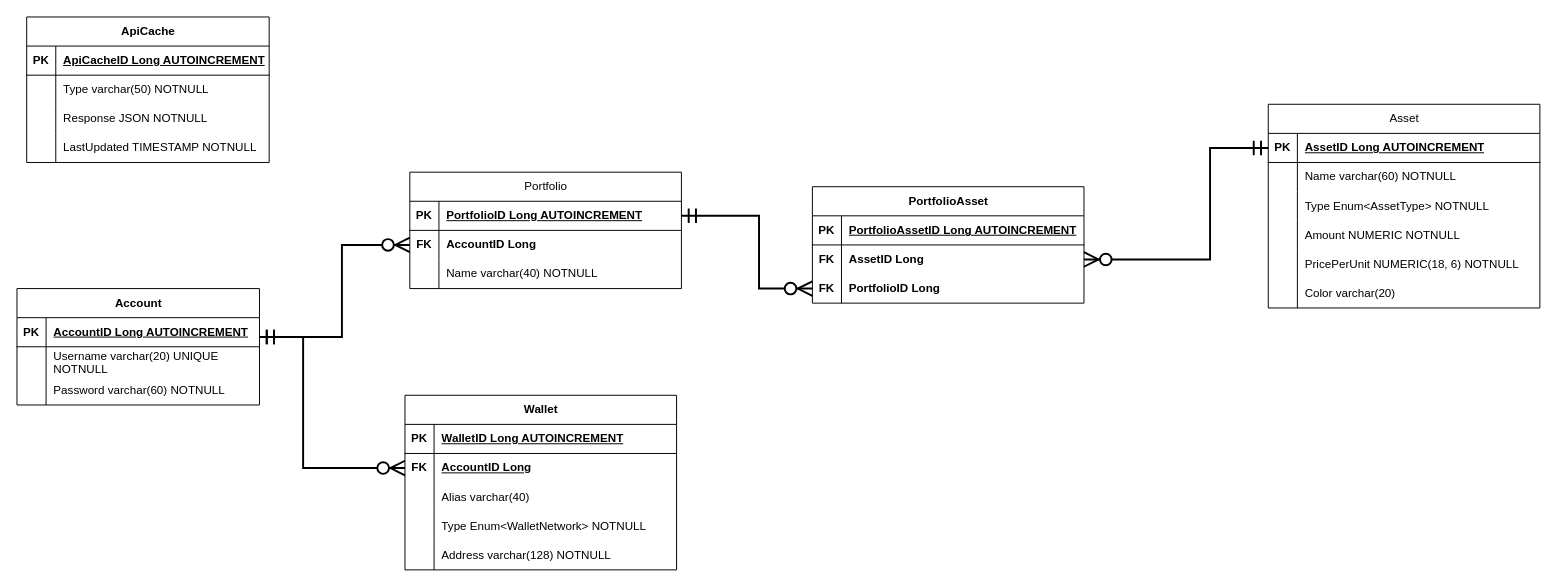
Before: page "ERD" (2 of 4) of documentation/diagrams/Panoptium.drawio in Rozhkov109/panoptium, a draw.io diagram. Source tidied: cells renumbered, new cells numbered last; positions are measured from the earlier drawing's top-left corner, leaving out a move shared by most shapes. Both pictures are drawn from the tidied source at 97%, with x=0, y=0 at pixel (16, 16).
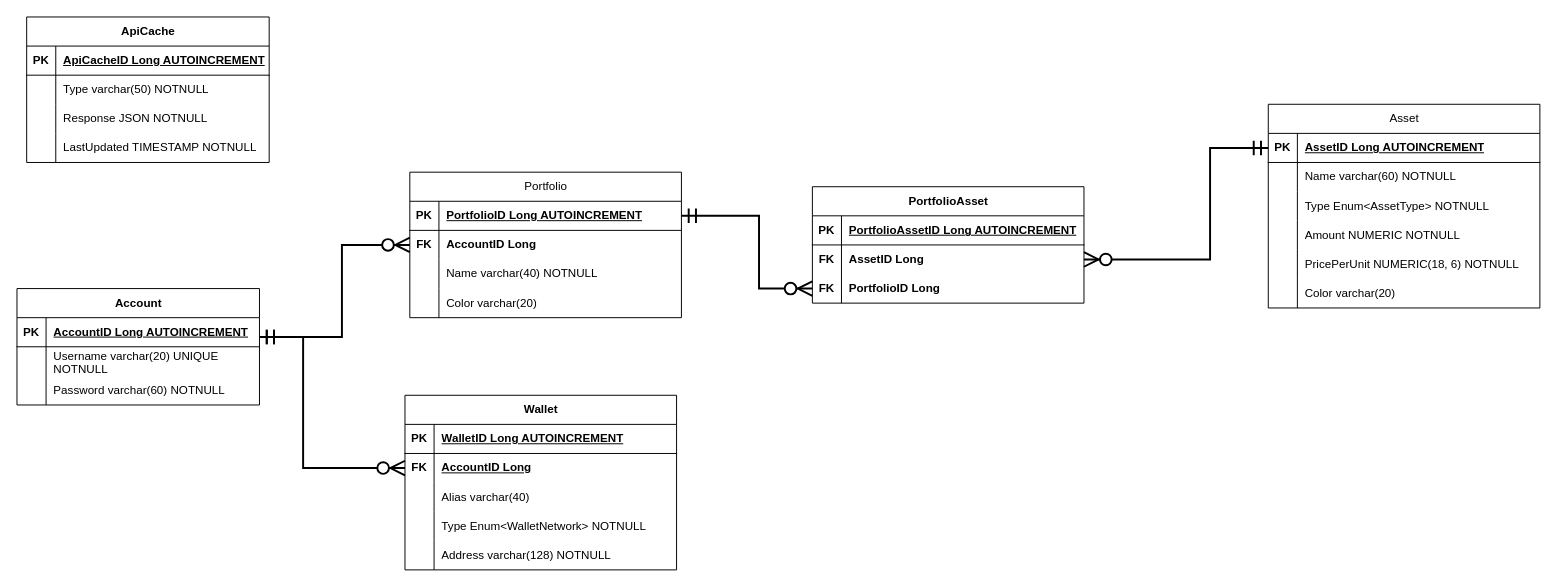
After the change.

The edit, as a diff of the source:
```diff
@@
     <mxCell id="41" value="Portfolio" style="shape=table;startSize=30;childLayout=tableLayout;rowLines=0;fontStyle=0;align=center;html=1;" parent="1" vertex="1">
-      <mxGeometry x="405" y="160" width="280" height="120" as="geometry" />
+      <mxGeometry x="405" y="160" width="280" height="150" as="geometry" />
     </mxCell>
@@
+    <mxCell id="84" style="shape=tableRow;horizontal=0;startSize=0;swimlaneHead=0;swimlaneBody=0;fillColor=none;top=0;left=0;right=0;bottom=0;fontStyle=1;" parent="41" vertex="1">
+      <mxGeometry y="120" width="280" height="30" as="geometry" />
+    </mxCell>
+    <mxCell id="85" style="shape=partialRectangle;fillColor=none;top=0;left=0;bottom=0;right=0;overflow=hidden;whiteSpace=wrap;html=1;" parent="84" vertex="1">
+      <mxGeometry width="30" height="30" as="geometry" />
+    </mxCell>
+    <mxCell id="86" value="Color varchar(20)" style="shape=partialRectangle;fillColor=none;top=0;left=0;bottom=0;right=0;align=left;spacingLeft=6;overflow=hidden;whiteSpace=wrap;html=1;" parent="84" vertex="1">
+      <mxGeometry x="30" width="250" height="30" as="geometry" />
+    </mxCell>
```
